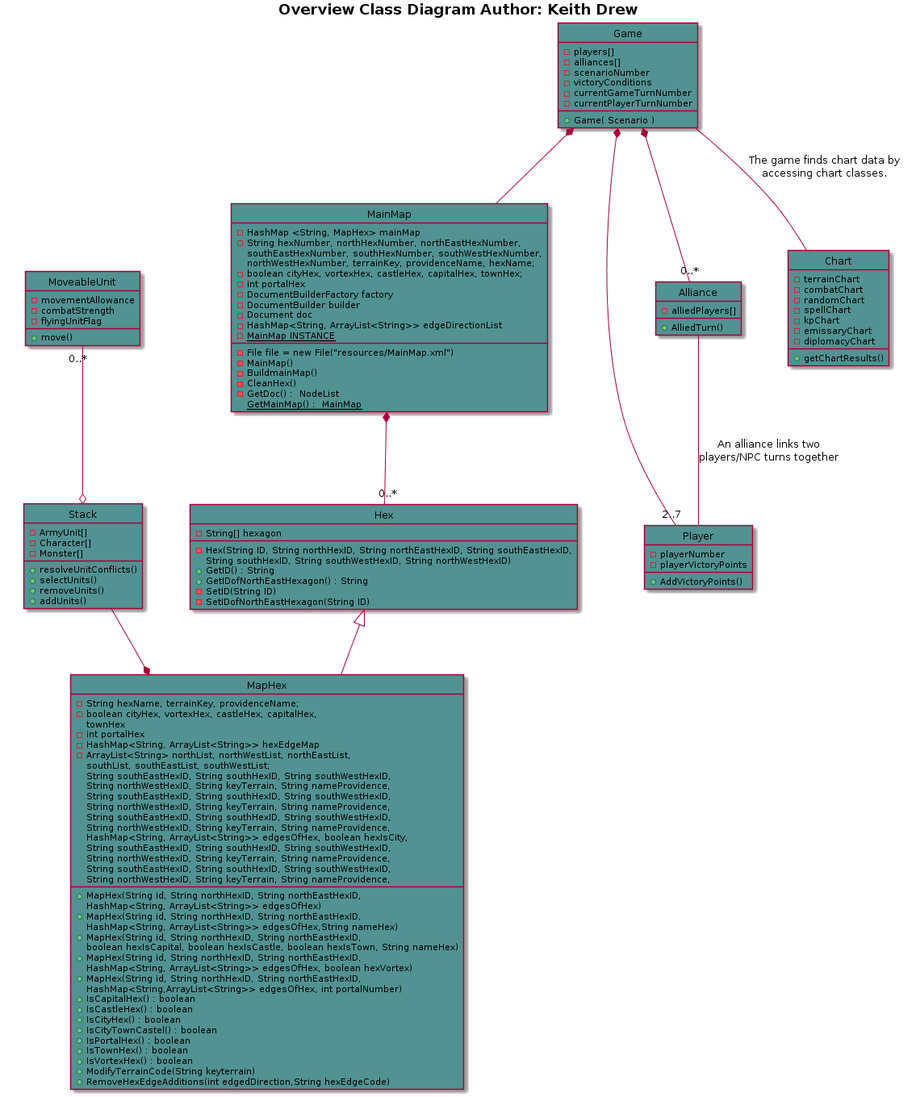
Above: doc/masterClassDiagrams/overview.png in cjeffery/sworsorc (PlantUML), before the change.
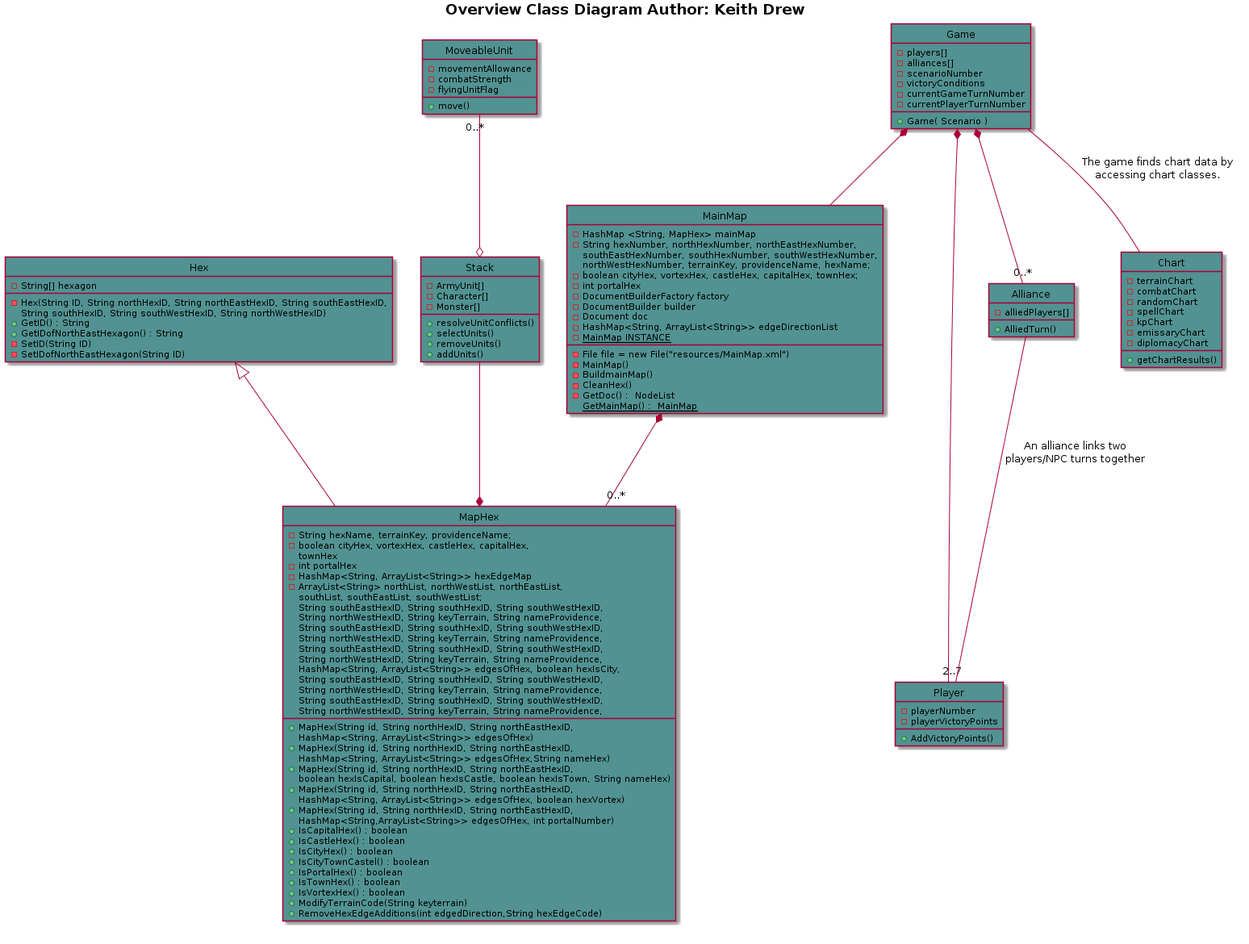
Above is the later version.

The edit, as a diff of the source:
```diff
@@ -7,7 +7,7 @@
 Game *- "0..*" Alliance
 Game - Chart : The game finds chart data by\naccessing chart classes.
 Alliance - Player : An alliance links two\nplayers/NPC turns together
-Hex "0..*" -down-* MainMap
+MapHex "0..*" -down-* MainMap
 Hex <|-right- MapHex
 Stack -left-* MapHex
 MoveableUnit "0..*" -left-o Stack
```
